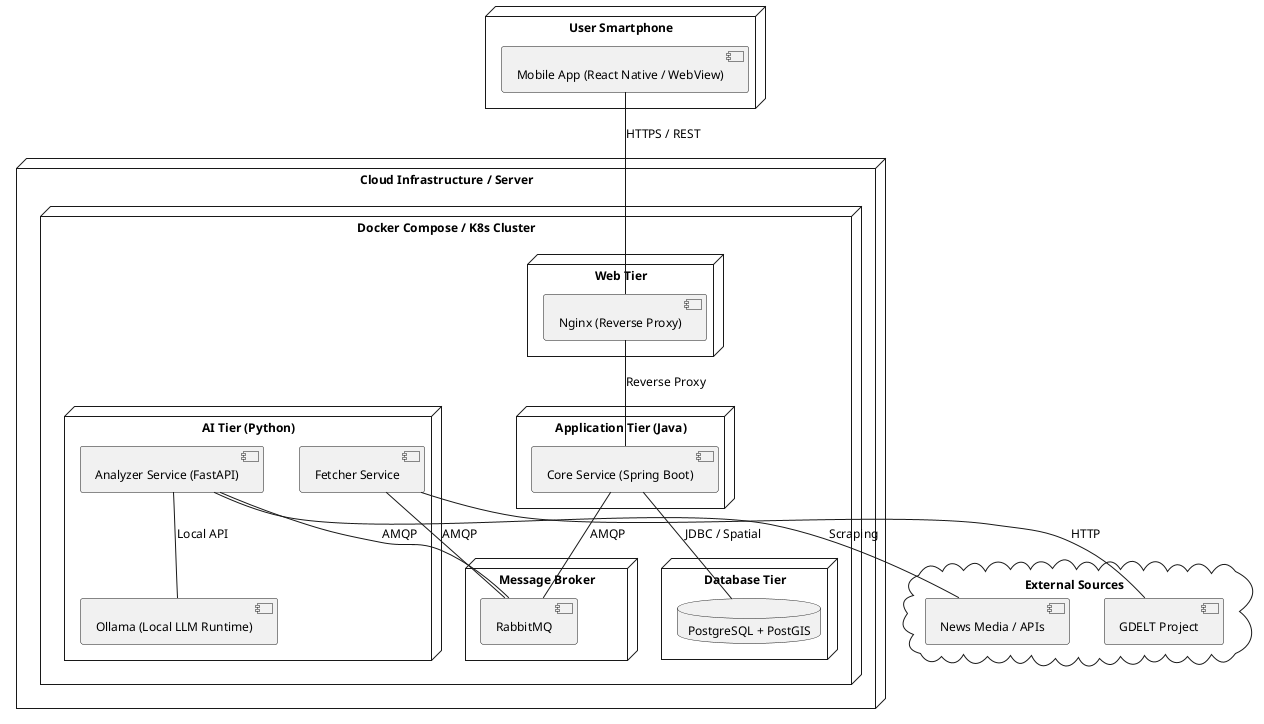
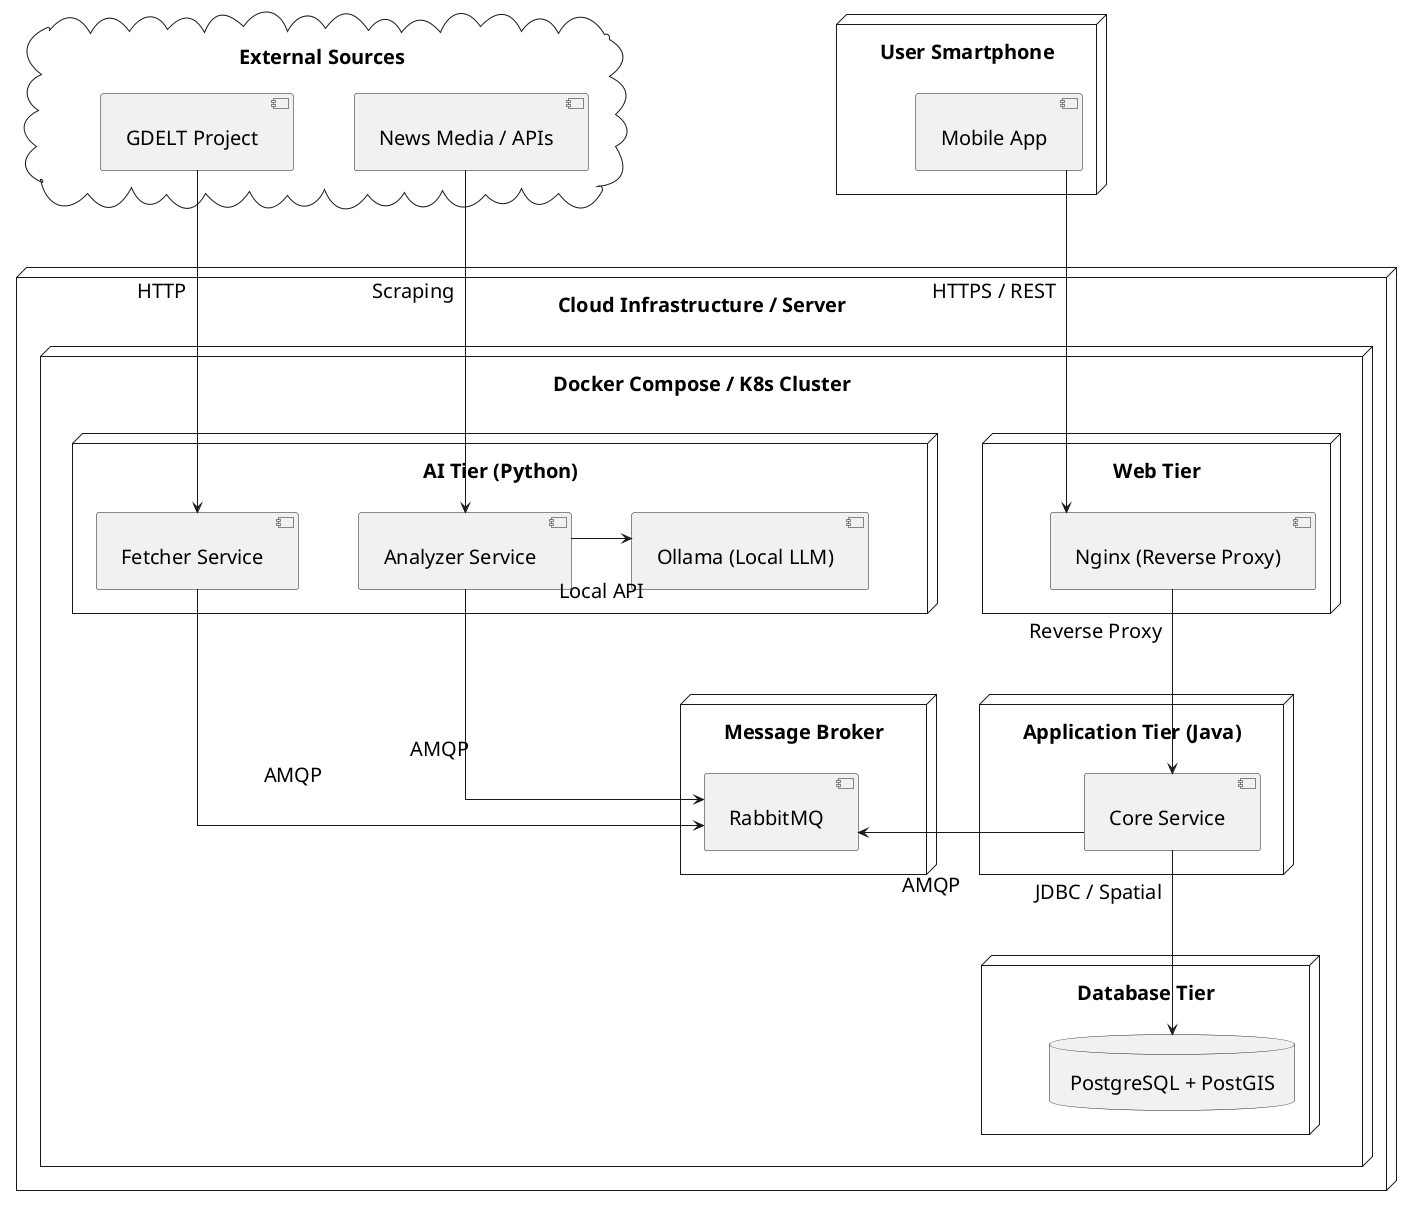
@startuml deployment_diagramm
+ ' Используем направление сверху вниз
+ top to bottom direction
+ 
+ ' Настройки стилей
+ skinparam defaultFontSize 20
+ skinparam defaultFontName "Verdana"
+ skinparam linetype ortho
+ 
+ ' Отступы
+ skinparam nodesep 60
+ skinparam ranksep 80
+ skinparam padding 10
+ 
+ ' Цвета
skinparam monochrome true
skinparam shadowing false
- skinparam defaultFontName "Verdana"
- skinparam defaultFontSize 12
+ skinparam BackgroundColor white

- node "User Smartphone" {
-     component [Mobile App (React Native / WebView)] as Mobile
+ ' === 1. ВНЕШНИЙ УРОВЕНЬ ===
+ node "User Smartphone" as us {
+     component [Mobile App] as Mobile
}

+ cloud "External Sources" as es {
+     component [GDELT Project] as GDELT
+     component [News Media / APIs] as News
+     GDELT -[hidden]right- News
+ }
+ 
+ us -[hidden]right- es
+ 
+ 
+ ' === 2. ИНФРАСТРУКТУРА ===
node "Cloud Infrastructure / Server" {
- 
    node "Docker Compose / K8s Cluster" {

-         node "Web Tier" {
+         ' ЛЕВАЯ КОЛОНКА
+         node "Web Tier" as web {
            component [Nginx (Reverse Proxy)] as Nginx
        }

-         node "Application Tier (Java)" {
-             component [Core Service (Spring Boot)] as Core
+         node "Application Tier (Java)" as app {
+             component [Core Service] as Core
        }

-         node "AI Tier (Python)" {
-             component [Fetcher Service] as Fetcher
-             component [Analyzer Service (FastAPI)] as Analyzer
-             component [Ollama (Local LLM Runtime)] as Ollama
+         node "Database Tier" as db_tier {
+             database "PostgreSQL + PostGIS" as DB
        }

-         node "Message Broker" {
+         ' ПРАВАЯ КОЛОНКА
+         node "AI Tier (Python)" as ai {
+             component [Fetcher Service] as Fetcher
+             component [Analyzer Service] as Analyzer
+             component [Ollama (Local LLM)] as Ollama
+ 
+             Fetcher -[hidden]right- Analyzer
+             Analyzer -[hidden]right- Ollama
+         }
+ 
+         node "Message Broker" as mb {
            component [RabbitMQ] as RMQ
        }

-         node "Database Tier" {
-             database "PostgreSQL + PostGIS" as DB
-         }
+         ' Сетка
+         web -[hidden]right- ai
+         app -[hidden]right- mb
+ 
+         web -[hidden]down- app
+         app -[hidden]down- db_tier
+ 
+         ai -[hidden]down- mb
    }
}

- cloud "External Sources" {
-     [GDELT Project] as GDELT
-     [News Media / APIs] as News
- }
+ ' === 3. СВЯЗИ ===

- Mobile -- Nginx : HTTPS / REST
- Nginx -- Core : Reverse Proxy
- Core -- DB : JDBC / Spatial
- Core -- RMQ : AMQP
- Fetcher -- RMQ : AMQP
- Fetcher -- GDELT : HTTP
- Analyzer -- RMQ : AMQP
- Analyzer -- Ollama : Local API
- Analyzer -- News : Scraping
- @enduml
+ ' Добавляем \n для отступа текста от самих линий
+ Mobile ---> Nginx : "\nHTTPS / REST\n"
+ Nginx ---> Core : "\nReverse Proxy\n"
+ Core ---> DB : "\nJDBC / Spatial\n"
+ 
+ GDELT ---> Fetcher : "\nHTTP\n"
+ News ---> Analyzer : "\nScraping\n"
+ 
+ ' ИСПРАВЛЕНИЕ ЗДЕСЬ: Удлиняем стрелку (-right->) и добавляем \n, чтобы текст не наезжал
+ Analyzer -right-> Ollama : "\nLocal API\n"
+ 
+ Fetcher ---> RMQ : "\nAMQP\n"
+ Analyzer ---> RMQ : "\nAMQP\n"
+ 
+ ' Связь между колонками
+ Core -> RMQ : "\nAMQP\n"
+ 
+ @enduml